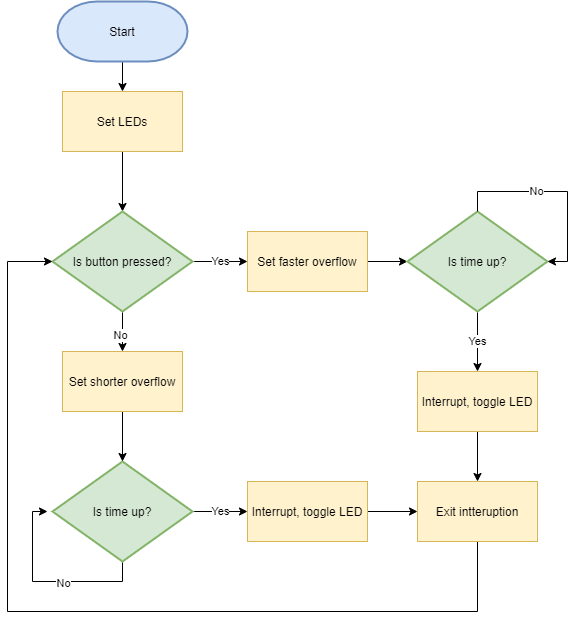
The draw.io diagram Labs/04-interrupts/images/FlowChart.png in Dan5049/Digital-electronic-2, before a commit. Source tidied: cells renumbered, new cells last; positions are measured from the earlier drawing's top-left corner, leaving out a move shared by most shapes. The source it was exported from:
```xml
<mxGraphModel>
  <root>
    <mxCell id="0" />
    <mxCell id="1" parent="0" />
    <mxCell id="2" style="edgeStyle=orthogonalEdgeStyle;rounded=0;jettySize=auto;html=1;exitX=0.5;exitY=1;exitDx=0;exitDy=0;exitPerimeter=0;entryX=0.5;entryY=0;entryDx=0;entryDy=0;" parent="1" edge="1" source="3" target="5">
      <mxGeometry relative="1" as="geometry" />
    </mxCell>
    <mxCell id="3" value="Start" style="strokeWidth=2;html=1;shape=mxgraph.flowchart.terminator;whiteSpace=wrap;rounded=1;glass=0;fillColor=#dae8fc;strokeColor=#6c8ebf;" parent="1" vertex="1">
      <mxGeometry x="50" width="130" height="60" as="geometry" />
    </mxCell>
    <mxCell id="4" style="edgeStyle=orthogonalEdgeStyle;rounded=0;jettySize=auto;html=1;exitX=0.5;exitY=1;exitDx=0;exitDy=0;entryX=0.5;entryY=0;entryDx=0;entryDy=0;entryPerimeter=0;" parent="1" edge="1" source="5" target="13">
      <mxGeometry relative="1" as="geometry" />
    </mxCell>
    <mxCell id="5" value="Set LEDs" style="rounded=0;whiteSpace=wrap;html=1;glass=0;fillColor=#fff2cc;strokeColor=#d6b656;" parent="1" vertex="1">
      <mxGeometry x="55" y="90" width="120" height="60" as="geometry" />
    </mxCell>
    <mxCell id="6" value="Yes" style="edgeStyle=orthogonalEdgeStyle;rounded=0;jettySize=auto;html=1;exitX=1;exitY=0.5;exitDx=0;exitDy=0;exitPerimeter=0;entryX=0;entryY=0.5;entryDx=0;entryDy=0;" parent="1" edge="1" source="9" target="15">
      <mxGeometry relative="1" as="geometry" />
    </mxCell>
    <mxCell id="7" style="edgeStyle=orthogonalEdgeStyle;rounded=0;jettySize=auto;html=1;exitX=0.5;exitY=1;exitDx=0;exitDy=0;exitPerimeter=0;" parent="1" edge="1" source="9">
      <mxGeometry relative="1" as="geometry">
        <mxPoint x="40" y="510" as="targetPoint" />
      </mxGeometry>
    </mxCell>
    <mxCell id="8" value="No" style="edgeLabel;html=1;align=center;verticalAlign=middle;" parent="7" vertex="1">
      <mxGeometry x="-0.19" y="2" relative="1" as="geometry" />
    </mxCell>
    <mxCell id="9" value="Is time up?" style="strokeWidth=2;html=1;shape=mxgraph.flowchart.decision;whiteSpace=wrap;rounded=1;glass=0;fillColor=#d5e8d4;strokeColor=#82b366;" parent="1" vertex="1">
      <mxGeometry x="45" y="460" width="140" height="100" as="geometry" />
    </mxCell>
    <mxCell id="10" value="Yes" style="edgeStyle=orthogonalEdgeStyle;rounded=0;jettySize=auto;html=1;exitX=1;exitY=0.5;exitDx=0;exitDy=0;exitPerimeter=0;entryX=0;entryY=0.5;entryDx=0;entryDy=0;" parent="1" edge="1" source="13" target="17">
      <mxGeometry relative="1" as="geometry" />
    </mxCell>
    <mxCell id="11" style="edgeStyle=orthogonalEdgeStyle;rounded=0;jettySize=auto;html=1;exitX=0.5;exitY=1;exitDx=0;exitDy=0;exitPerimeter=0;entryX=0.5;entryY=0;entryDx=0;entryDy=0;" parent="1" edge="1" source="13" target="19">
      <mxGeometry relative="1" as="geometry" />
    </mxCell>
    <mxCell id="12" value="No" style="edgeLabel;html=1;align=center;verticalAlign=middle;" parent="11" vertex="1">
      <mxGeometry x="0.18" y="-2" relative="1" as="geometry" />
    </mxCell>
    <mxCell id="13" value="Is button pressed?" style="strokeWidth=2;html=1;shape=mxgraph.flowchart.decision;whiteSpace=wrap;rounded=1;glass=0;fillColor=#d5e8d4;strokeColor=#82b366;" parent="1" vertex="1">
      <mxGeometry x="45" y="210" width="140" height="100" as="geometry" />
    </mxCell>
    <mxCell id="14" style="edgeStyle=orthogonalEdgeStyle;rounded=0;jettySize=auto;html=1;exitX=1;exitY=0.5;exitDx=0;exitDy=0;entryX=0;entryY=0.5;entryDx=0;entryDy=0;" parent="1" edge="1" source="15" target="25">
      <mxGeometry relative="1" as="geometry" />
    </mxCell>
    <mxCell id="15" value="Interrupt, toggle LED" style="rounded=0;whiteSpace=wrap;html=1;glass=0;fillColor=#fff2cc;strokeColor=#d6b656;" parent="1" vertex="1">
      <mxGeometry x="240" y="480" width="120" height="60" as="geometry" />
    </mxCell>
    <mxCell id="16" style="edgeStyle=orthogonalEdgeStyle;rounded=0;jettySize=auto;html=1;exitX=1;exitY=0.5;exitDx=0;exitDy=0;entryX=0;entryY=0.5;entryDx=0;entryDy=0;entryPerimeter=0;" parent="1" edge="1" source="17" target="21">
      <mxGeometry relative="1" as="geometry" />
    </mxCell>
    <mxCell id="17" value="Set faster overflow" style="rounded=0;whiteSpace=wrap;html=1;glass=0;fillColor=#fff2cc;strokeColor=#d6b656;" parent="1" vertex="1">
      <mxGeometry x="240" y="230" width="120" height="60" as="geometry" />
    </mxCell>
    <mxCell id="18" style="edgeStyle=orthogonalEdgeStyle;rounded=0;jettySize=auto;html=1;exitX=0.5;exitY=1;exitDx=0;exitDy=0;entryX=0.5;entryY=0;entryDx=0;entryDy=0;entryPerimeter=0;" parent="1" edge="1" source="19" target="9">
      <mxGeometry relative="1" as="geometry" />
    </mxCell>
    <mxCell id="19" value="Set shorter overflow" style="rounded=0;whiteSpace=wrap;html=1;glass=0;fillColor=#fff2cc;strokeColor=#d6b656;" parent="1" vertex="1">
      <mxGeometry x="55" y="350" width="120" height="60" as="geometry" />
    </mxCell>
    <mxCell id="20" value="Yes" style="edgeStyle=orthogonalEdgeStyle;rounded=0;jettySize=auto;html=1;exitX=0.5;exitY=1;exitDx=0;exitDy=0;exitPerimeter=0;entryX=0.5;entryY=0;entryDx=0;entryDy=0;" parent="1" edge="1" source="21" target="23">
      <mxGeometry relative="1" as="geometry" />
    </mxCell>
    <mxCell id="21" value="Is time up?" style="strokeWidth=2;html=1;shape=mxgraph.flowchart.decision;whiteSpace=wrap;rounded=1;glass=0;fillColor=#d5e8d4;strokeColor=#82b366;" parent="1" vertex="1">
      <mxGeometry x="400" y="210" width="140" height="100" as="geometry" />
    </mxCell>
    <mxCell id="22" style="edgeStyle=orthogonalEdgeStyle;rounded=0;jettySize=auto;html=1;exitX=0.5;exitY=1;exitDx=0;exitDy=0;entryX=0.5;entryY=0;entryDx=0;entryDy=0;" parent="1" edge="1" source="23" target="25">
      <mxGeometry relative="1" as="geometry" />
    </mxCell>
    <mxCell id="23" value="Interrupt, toggle LED" style="rounded=0;whiteSpace=wrap;html=1;glass=0;fillColor=#fff2cc;strokeColor=#d6b656;" parent="1" vertex="1">
      <mxGeometry x="410" y="370" width="120" height="60" as="geometry" />
    </mxCell>
    <mxCell id="24" style="edgeStyle=orthogonalEdgeStyle;rounded=0;jettySize=auto;html=1;exitX=0.5;exitY=1;exitDx=0;exitDy=0;entryX=0;entryY=0.5;entryDx=0;entryDy=0;entryPerimeter=0;" parent="1" edge="1" source="25" target="13">
      <mxGeometry relative="1" as="geometry">
        <Array as="points">
          <mxPoint x="470" y="610" />
          <mxPoint y="610" />
          <mxPoint y="260" />
        </Array>
      </mxGeometry>
    </mxCell>
    <mxCell id="25" value="Exit intteruption" style="rounded=0;whiteSpace=wrap;html=1;glass=0;fillColor=#fff2cc;strokeColor=#d6b656;" parent="1" vertex="1">
      <mxGeometry x="410" y="480" width="120" height="60" as="geometry" />
    </mxCell>
    <mxCell id="26" style="edgeStyle=orthogonalEdgeStyle;rounded=0;orthogonalLoop=1;jettySize=auto;html=1;exitX=0.5;exitY=0;exitDx=0;exitDy=0;exitPerimeter=0;entryX=1;entryY=0.5;entryDx=0;entryDy=0;entryPerimeter=0;" parent="1" edge="1" source="21" target="21">
      <mxGeometry relative="1" as="geometry" />
    </mxCell>
    <mxCell id="27" value="No" style="edgeLabel;html=1;align=center;verticalAlign=middle;" parent="26" vertex="1">
      <mxGeometry x="-0.22" relative="1" as="geometry" />
    </mxCell>
  </root>
</mxGraphModel>
```
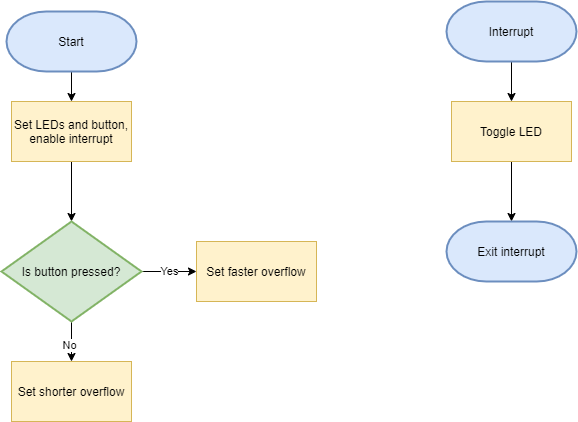
Later version of the same file.

What changed in the source:
```diff
@@ -11,23 +11,9 @@
     <mxCell id="4" style="edgeStyle=orthogonalEdgeStyle;rounded=0;jettySize=auto;html=1;exitX=0.5;exitY=1;exitDx=0;exitDy=0;entryX=0.5;entryY=0;entryDx=0;entryDy=0;entryPerimeter=0;" parent="1" edge="1" source="5" target="13">
       <mxGeometry relative="1" as="geometry" />
     </mxCell>
-    <mxCell id="5" value="Set LEDs" style="rounded=0;whiteSpace=wrap;html=1;glass=0;fillColor=#fff2cc;strokeColor=#d6b656;" parent="1" vertex="1">
+    <mxCell id="5" value="Set LEDs and button, enable interrupt" style="rounded=0;whiteSpace=wrap;html=1;glass=0;fillColor=#fff2cc;strokeColor=#d6b656;" parent="1" vertex="1">
       <mxGeometry x="55" y="90" width="120" height="60" as="geometry" />
     </mxCell>
-    <mxCell id="6" value="Yes" style="edgeStyle=orthogonalEdgeStyle;rounded=0;jettySize=auto;html=1;exitX=1;exitY=0.5;exitDx=0;exitDy=0;exitPerimeter=0;entryX=0;entryY=0.5;entryDx=0;entryDy=0;" parent="1" edge="1" source="9" target="15">
-      <mxGeometry relative="1" as="geometry" />
-    </mxCell>
-    <mxCell id="7" style="edgeStyle=orthogonalEdgeStyle;rounded=0;jettySize=auto;html=1;exitX=0.5;exitY=1;exitDx=0;exitDy=0;exitPerimeter=0;" parent="1" edge="1" source="9">
-      <mxGeometry relative="1" as="geometry">
-        <mxPoint x="40" y="510" as="targetPoint" />
-      </mxGeometry>
-    </mxCell>
-    <mxCell id="8" value="No" style="edgeLabel;html=1;align=center;verticalAlign=middle;" parent="7" vertex="1">
-      <mxGeometry x="-0.19" y="2" relative="1" as="geometry" />
-    </mxCell>
-    <mxCell id="9" value="Is time up?" style="strokeWidth=2;html=1;shape=mxgraph.flowchart.decision;whiteSpace=wrap;rounded=1;glass=0;fillColor=#d5e8d4;strokeColor=#82b366;" parent="1" vertex="1">
-      <mxGeometry x="45" y="460" width="140" height="100" as="geometry" />
-    </mxCell>
     <mxCell id="10" value="Yes" style="edgeStyle=orthogonalEdgeStyle;rounded=0;jettySize=auto;html=1;exitX=1;exitY=0.5;exitDx=0;exitDy=0;exitPerimeter=0;entryX=0;entryY=0.5;entryDx=0;entryDy=0;" parent="1" edge="1" source="13" target="17">
       <mxGeometry relative="1" as="geometry" />
     </mxCell>
@@ -40,53 +26,26 @@
     <mxCell id="13" value="Is button pressed?" style="strokeWidth=2;html=1;shape=mxgraph.flowchart.decision;whiteSpace=wrap;rounded=1;glass=0;fillColor=#d5e8d4;strokeColor=#82b366;" parent="1" vertex="1">
       <mxGeometry x="45" y="210" width="140" height="100" as="geometry" />
     </mxCell>
-    <mxCell id="14" style="edgeStyle=orthogonalEdgeStyle;rounded=0;jettySize=auto;html=1;exitX=1;exitY=0.5;exitDx=0;exitDy=0;entryX=0;entryY=0.5;entryDx=0;entryDy=0;" parent="1" edge="1" source="15" target="25">
-      <mxGeometry relative="1" as="geometry" />
-    </mxCell>
-    <mxCell id="15" value="Interrupt, toggle LED" style="rounded=0;whiteSpace=wrap;html=1;glass=0;fillColor=#fff2cc;strokeColor=#d6b656;" parent="1" vertex="1">
-      <mxGeometry x="240" y="480" width="120" height="60" as="geometry" />
-    </mxCell>
-    <mxCell id="16" style="edgeStyle=orthogonalEdgeStyle;rounded=0;jettySize=auto;html=1;exitX=1;exitY=0.5;exitDx=0;exitDy=0;entryX=0;entryY=0.5;entryDx=0;entryDy=0;entryPerimeter=0;" parent="1" edge="1" source="17" target="21">
-      <mxGeometry relative="1" as="geometry" />
-    </mxCell>
     <mxCell id="17" value="Set faster overflow" style="rounded=0;whiteSpace=wrap;html=1;glass=0;fillColor=#fff2cc;strokeColor=#d6b656;" parent="1" vertex="1">
       <mxGeometry x="240" y="230" width="120" height="60" as="geometry" />
     </mxCell>
-    <mxCell id="18" style="edgeStyle=orthogonalEdgeStyle;rounded=0;jettySize=auto;html=1;exitX=0.5;exitY=1;exitDx=0;exitDy=0;entryX=0.5;entryY=0;entryDx=0;entryDy=0;entryPerimeter=0;" parent="1" edge="1" source="19" target="9">
-      <mxGeometry relative="1" as="geometry" />
-    </mxCell>
     <mxCell id="19" value="Set shorter overflow" style="rounded=0;whiteSpace=wrap;html=1;glass=0;fillColor=#fff2cc;strokeColor=#d6b656;" parent="1" vertex="1">
       <mxGeometry x="55" y="350" width="120" height="60" as="geometry" />
     </mxCell>
-    <mxCell id="20" value="Yes" style="edgeStyle=orthogonalEdgeStyle;rounded=0;jettySize=auto;html=1;exitX=0.5;exitY=1;exitDx=0;exitDy=0;exitPerimeter=0;entryX=0.5;entryY=0;entryDx=0;entryDy=0;" parent="1" edge="1" source="21" target="23">
-      <mxGeometry relative="1" as="geometry" />
-    </mxCell>
-    <mxCell id="21" value="Is time up?" style="strokeWidth=2;html=1;shape=mxgraph.flowchart.decision;whiteSpace=wrap;rounded=1;glass=0;fillColor=#d5e8d4;strokeColor=#82b366;" parent="1" vertex="1">
-      <mxGeometry x="400" y="210" width="140" height="100" as="geometry" />
-    </mxCell>
-    <mxCell id="22" style="edgeStyle=orthogonalEdgeStyle;rounded=0;jettySize=auto;html=1;exitX=0.5;exitY=1;exitDx=0;exitDy=0;entryX=0.5;entryY=0;entryDx=0;entryDy=0;" parent="1" edge="1" source="23" target="25">
-      <mxGeometry relative="1" as="geometry" />
-    </mxCell>
-    <mxCell id="23" value="Interrupt, toggle LED" style="rounded=0;whiteSpace=wrap;html=1;glass=0;fillColor=#fff2cc;strokeColor=#d6b656;" parent="1" vertex="1">
-      <mxGeometry x="410" y="370" width="120" height="60" as="geometry" />
-    </mxCell>
-    <mxCell id="24" style="edgeStyle=orthogonalEdgeStyle;rounded=0;jettySize=auto;html=1;exitX=0.5;exitY=1;exitDx=0;exitDy=0;entryX=0;entryY=0.5;entryDx=0;entryDy=0;entryPerimeter=0;" parent="1" edge="1" source="25" target="13">
-      <mxGeometry relative="1" as="geometry">
-        <Array as="points">
-          <mxPoint x="470" y="610" />
-          <mxPoint y="610" />
-          <mxPoint y="260" />
-        </Array>
-      </mxGeometry>
-    </mxCell>
-    <mxCell id="25" value="Exit intteruption" style="rounded=0;whiteSpace=wrap;html=1;glass=0;fillColor=#fff2cc;strokeColor=#d6b656;" parent="1" vertex="1">
-      <mxGeometry x="410" y="480" width="120" height="60" as="geometry" />
-    </mxCell>
-    <mxCell id="26" style="edgeStyle=orthogonalEdgeStyle;rounded=0;orthogonalLoop=1;jettySize=auto;html=1;exitX=0.5;exitY=0;exitDx=0;exitDy=0;exitPerimeter=0;entryX=1;entryY=0.5;entryDx=0;entryDy=0;entryPerimeter=0;" parent="1" edge="1" source="21" target="21">
-      <mxGeometry relative="1" as="geometry" />
-    </mxCell>
-    <mxCell id="27" value="No" style="edgeLabel;html=1;align=center;verticalAlign=middle;" parent="26" vertex="1">
-      <mxGeometry x="-0.22" relative="1" as="geometry" />
-    </mxCell>
+    <mxCell id="28" style="edgeStyle=orthogonalEdgeStyle;rounded=0;jettySize=auto;html=1;exitX=0.5;exitY=1;exitDx=0;exitDy=0;exitPerimeter=0;entryX=0.5;entryY=0;entryDx=0;entryDy=0;" parent="1" edge="1" source="29" target="31">
+      <mxGeometry relative="1" as="geometry" />
+    </mxCell>
+    <mxCell id="29" value="Interrupt" style="strokeWidth=2;html=1;shape=mxgraph.flowchart.terminator;whiteSpace=wrap;rounded=1;glass=0;fillColor=#dae8fc;strokeColor=#6c8ebf;" parent="1" vertex="1">
+      <mxGeometry x="490" y="-10" width="130" height="60" as="geometry" />
+    </mxCell>
+    <mxCell id="30" style="edgeStyle=orthogonalEdgeStyle;rounded=0;jettySize=auto;html=1;exitX=0.5;exitY=1;exitDx=0;exitDy=0;entryX=0.5;entryY=0;entryDx=0;entryDy=0;entryPerimeter=0;" parent="1" edge="1" source="31" target="32">
+      <mxGeometry relative="1" as="geometry" />
+    </mxCell>
+    <mxCell id="31" value="Toggle LED" style="rounded=0;whiteSpace=wrap;html=1;glass=0;fillColor=#fff2cc;strokeColor=#d6b656;" parent="1" vertex="1">
+      <mxGeometry x="495" y="90" width="120" height="60" as="geometry" />
+    </mxCell>
+    <mxCell id="32" value="Exit interrupt" style="strokeWidth=2;html=1;shape=mxgraph.flowchart.terminator;whiteSpace=wrap;rounded=1;glass=0;fillColor=#dae8fc;strokeColor=#6c8ebf;" parent="1" vertex="1">
+      <mxGeometry x="490" y="210" width="130" height="60" as="geometry" />
+    </mxCell>
   </root>
 </mxGraphModel>
```
